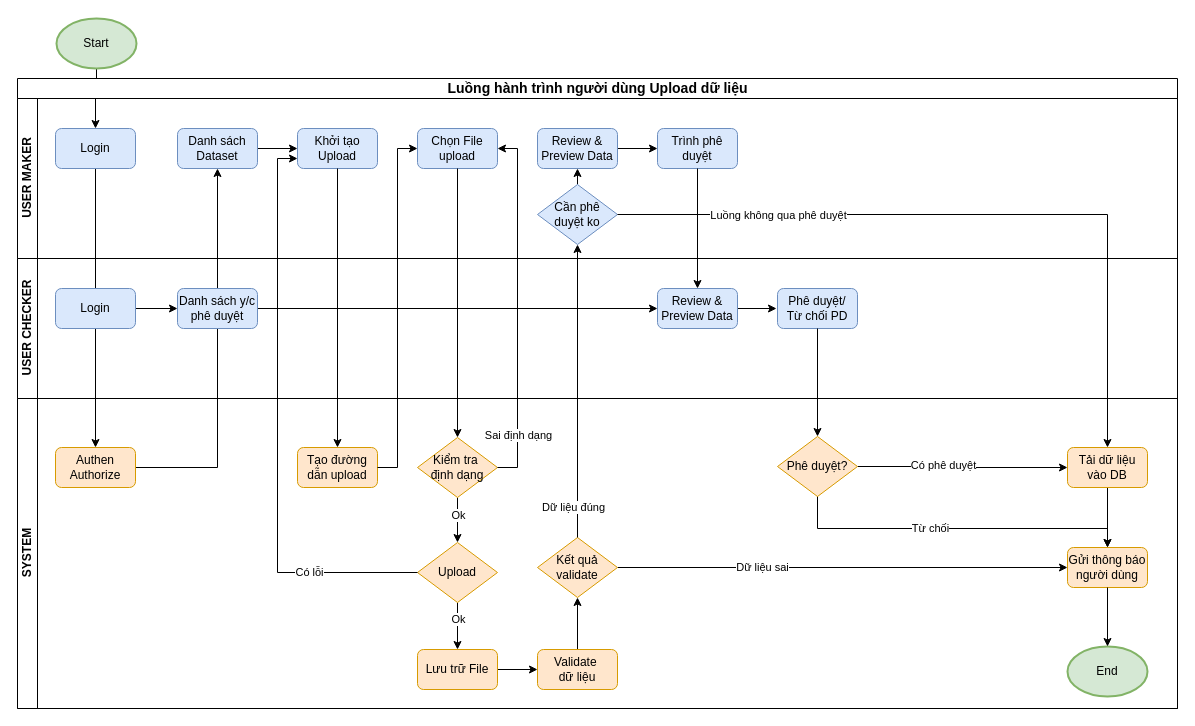
Above: page "CJ-NEW" (8 of 10) of docs/App_UL.drawio in vietda1/enterprise-upload-system (draw.io), before the change. Source tidied: cells renumbered, new cells numbered last; positions are measured from the earlier drawing's top-left corner, leaving out a move shared by most shapes. Both pictures are drawn from the tidied source at 100%, with x=0, y=0 at pixel (17, 18).
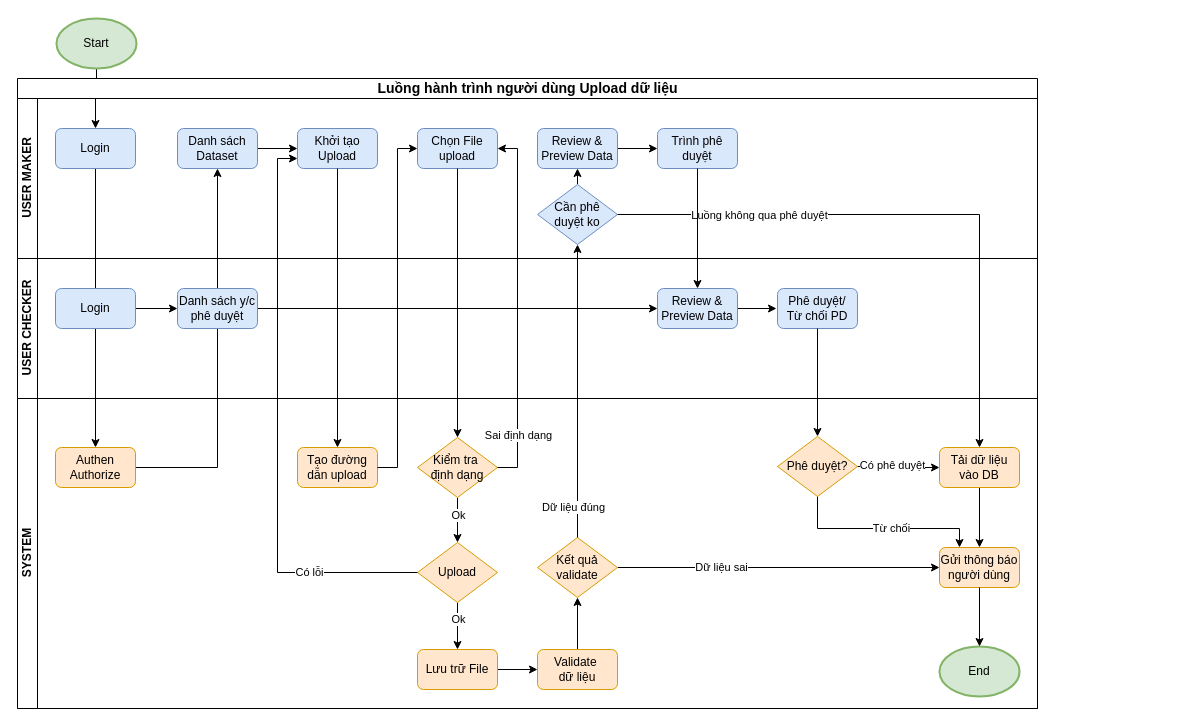
The same page after the edit.

What changed in the source:
```diff
@@
     <mxCell id="3" value="&lt;span style=&quot;font-size: 14px;&quot;&gt;Luồng hành trình người dùng Upload dữ liệu&lt;/span&gt;" style="swimlane;horizontal=1;startSize=20;html=1;" parent="1" vertex="1">
-      <mxGeometry y="60" width="1160" height="630" as="geometry" />
+      <mxGeometry y="60" width="1020" height="630" as="geometry" />
     </mxCell>
@@
     <mxCell id="6" value="USER MAKER" style="swimlane;startSize=20;horizontal=0;html=1;" parent="3" vertex="1">
-      <mxGeometry y="20" width="1160" height="160" as="geometry" />
+      <mxGeometry y="20" width="1020" height="160" as="geometry" />
     </mxCell>
@@
     <mxCell id="17" value="USER CHECKER" style="swimlane;startSize=20;horizontal=0;html=1;" parent="3" vertex="1">
-      <mxGeometry y="180" width="1160" height="140" as="geometry" />
+      <mxGeometry y="180" width="1020" height="140" as="geometry" />
     </mxCell>
@@
     <mxCell id="25" value="SYSTEM" style="swimlane;startSize=20;horizontal=0;html=1;" parent="3" vertex="1">
-      <mxGeometry y="320" width="1160" height="310" as="geometry" />
+      <mxGeometry y="320" width="1020" height="310" as="geometry" />
     </mxCell>
@@
     <mxCell id="42" value="Tải dữ liệu vào DB" style="rounded=1;whiteSpace=wrap;html=1;fillColor=#ffe6cc;strokeColor=#d79b00;" parent="25" vertex="1">
-      <mxGeometry x="1050" y="49" width="80" height="40" as="geometry" />
+      <mxGeometry x="922" y="49" width="80" height="40" as="geometry" />
     </mxCell>
     <mxCell id="43" value="End" style="strokeWidth=2;html=1;shape=mxgraph.flowchart.start_1;whiteSpace=wrap;fillColor=#d5e8d4;strokeColor=#82b366;" parent="25" vertex="1">
-      <mxGeometry x="1050" y="248" width="80" height="50" as="geometry" />
+      <mxGeometry x="922" y="248" width="80" height="50" as="geometry" />
     </mxCell>
@@
-    <mxCell id="46" style="edgeStyle=orthogonalEdgeStyle;rounded=0;jettySize=auto;html=1;exitX=0.5;exitY=1;exitDx=0;exitDy=0;entryX=0.5;entryY=0;entryDx=0;entryDy=0;" parent="25" edge="1" target="48">
+    <mxCell id="46" style="edgeStyle=orthogonalEdgeStyle;rounded=0;jettySize=auto;html=1;exitX=0.5;exitY=1;exitDx=0;exitDy=0;entryX=0.25;entryY=0;entryDx=0;entryDy=0;" parent="25" edge="1" target="48">
       <mxGeometry relative="1" as="geometry">
         <mxPoint x="800" y="89" as="sourcePoint" />
         <Array as="points">
           <mxPoint x="800" y="130" />
-          <mxPoint x="1090" y="130" />
+          <mxPoint x="942" y="130" />
         </Array>
       </mxGeometry>
     </mxCell>
     <mxCell id="47" value="Từ chối" style="edgeLabel;html=1;align=center;verticalAlign=middle;" parent="46" vertex="1">
       <mxGeometry x="-0.2" y="-2" relative="1" as="geometry">
-        <mxPoint x="13" y="-3" as="offset" />
+        <mxPoint x="33" y="-3" as="offset" />
       </mxGeometry>
     </mxCell>
     <mxCell id="48" value="Gửi thông báo người dùng" style="rounded=1;whiteSpace=wrap;html=1;fillColor=#ffe6cc;strokeColor=#d79b00;" parent="25" vertex="1">
-      <mxGeometry x="1050" y="149" width="80" height="40" as="geometry" />
+      <mxGeometry x="922" y="149" width="80" height="40" as="geometry" />
     </mxCell>
```
